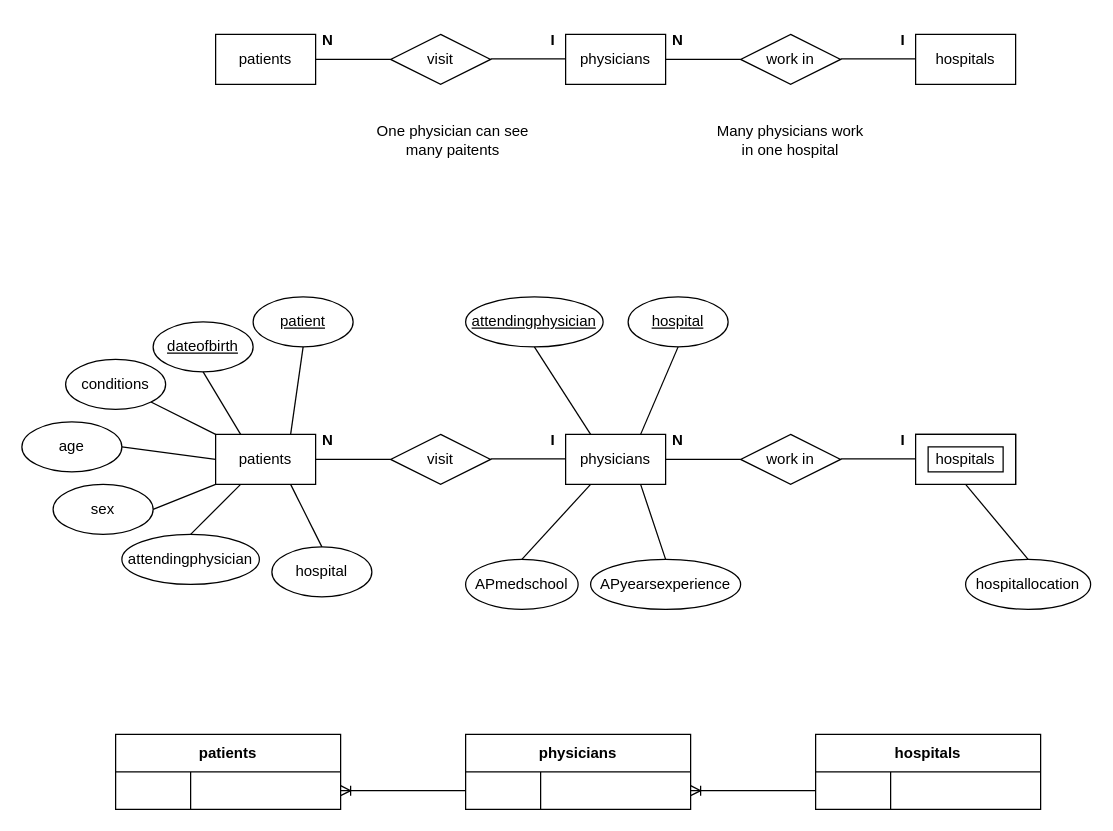
This is healthcare_ERDiagram.drawio from jacquiunciano/pywork-MSDS, a draw.io file, before an edit. Source tidied: cells renumbered, new cells numbered last; positions are measured from the earlier drawing's top-left corner, leaving out a move shared by most shapes. Both pictures are drawn from the tidied source at 125%, with x=0, y=0 at pixel (21, 21).
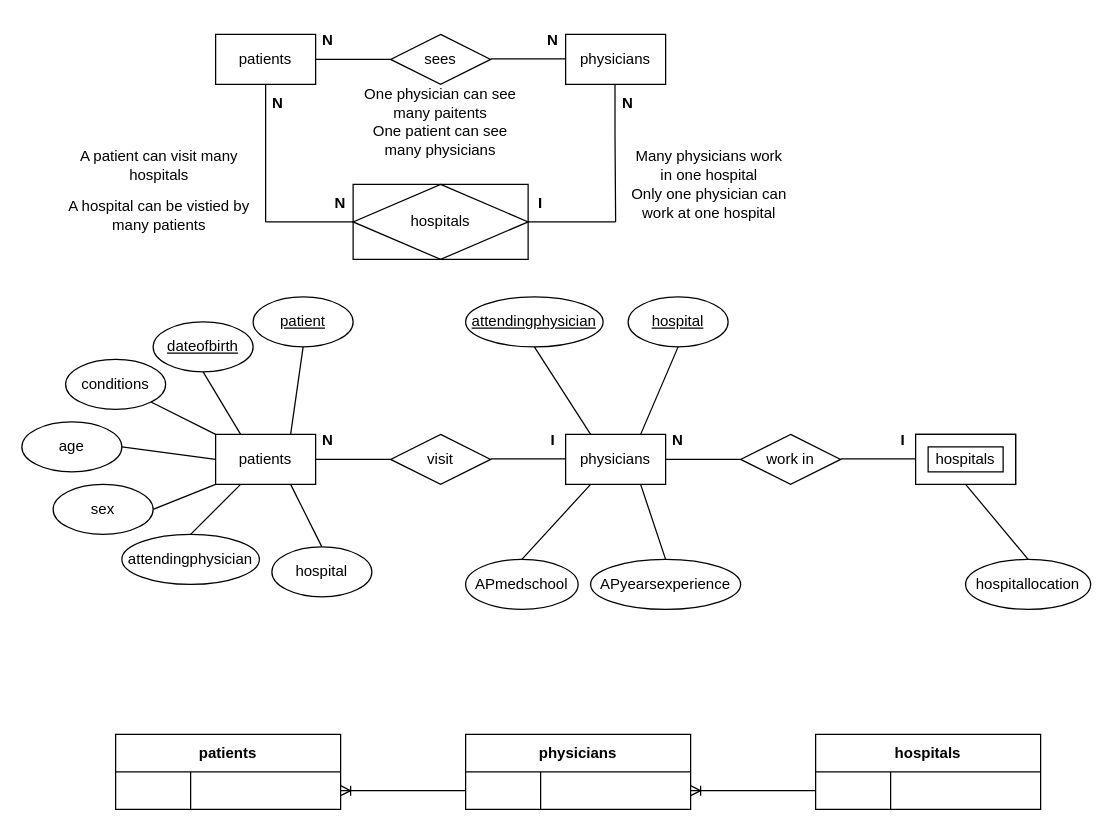
The same diagram, later.

Unchanged cells that the change refers to:
```xml
<mxCell id="15" value="physicians" style="rounded=0;whiteSpace=wrap;html=1;" parent="1" vertex="1">
  <mxGeometry x="435" y="10" width="80" height="40" as="geometry" />
</mxCell>
<mxCell id="17" value="patients" style="rounded=0;whiteSpace=wrap;html=1;" parent="1" vertex="1">
  <mxGeometry x="155" y="10" width="80" height="40" as="geometry" />
</mxCell>
```

Change to the diagram source:
```diff
@@
-    <mxCell id="16" value="hospitals" style="rounded=0;whiteSpace=wrap;html=1;" parent="1" vertex="1">
-      <mxGeometry x="715" y="10" width="80" height="40" as="geometry" />
-    </mxCell>
@@
-    <mxCell id="18" value="work in" style="rhombus;whiteSpace=wrap;html=1;" parent="1" vertex="1">
-      <mxGeometry x="575" y="10" width="80" height="40" as="geometry" />
-    </mxCell>
-    <mxCell id="19" style="endArrow=none;html=1;rounded=0;entryX=1;entryY=0.5;entryDx=0;entryDy=0;exitX=0;exitY=0.5;exitDx=0;exitDy=0;" parent="1" edge="1" source="18" target="15">
-      <mxGeometry relative="1" as="geometry" />
-    </mxCell>
-    <mxCell id="20" style="endArrow=none;html=1;rounded=0;entryX=1;entryY=0.5;entryDx=0;entryDy=0;exitX=0;exitY=0.5;exitDx=0;exitDy=0;" parent="1" edge="1">
-      <mxGeometry relative="1" as="geometry">
-        <mxPoint x="715" y="29.5" as="sourcePoint" />
-        <mxPoint x="655" y="29.5" as="targetPoint" />
-      </mxGeometry>
-    </mxCell>
-    <mxCell id="21" value="visit" style="rhombus;whiteSpace=wrap;html=1;" parent="1" vertex="1">
+    <mxCell id="21" value="sees" style="rhombus;whiteSpace=wrap;html=1;" parent="1" vertex="1">
       <mxGeometry x="295" y="10" width="80" height="40" as="geometry" />
     </mxCell>
@@
-    <mxCell id="24" value="&lt;b&gt;I&lt;/b&gt;" style="text;html=1;strokeColor=none;fillColor=none;align=center;verticalAlign=middle;whiteSpace=wrap;rounded=0;" parent="1" vertex="1">
+    <mxCell id="24" value="&lt;b&gt;N&lt;/b&gt;" style="text;html=1;strokeColor=none;fillColor=none;align=center;verticalAlign=middle;whiteSpace=wrap;rounded=0;" parent="1" vertex="1">
       <mxGeometry x="415" width="20" height="30" as="geometry" />
     </mxCell>
@@
-    <mxCell id="26" value="Many physicians work in one hospital" style="text;html=1;strokeColor=none;fillColor=none;align=center;verticalAlign=middle;whiteSpace=wrap;rounded=0;" parent="1" vertex="1">
-      <mxGeometry x="550" y="80" width="130" height="30" as="geometry" />
+    <mxCell id="26" value="Only one physician can work at one hospital" style="text;html=1;strokeColor=none;fillColor=none;align=center;verticalAlign=middle;whiteSpace=wrap;rounded=0;" parent="1" vertex="1">
+      <mxGeometry x="485" y="130" width="130" height="30" as="geometry" />
     </mxCell>
     <mxCell id="27" value="&lt;b&gt;N&lt;/b&gt;" style="text;html=1;strokeColor=none;fillColor=none;align=center;verticalAlign=middle;whiteSpace=wrap;rounded=0;" parent="1" vertex="1">
-      <mxGeometry x="515" width="20" height="30" as="geometry" />
+      <mxGeometry x="475" y="50" width="20" height="30" as="geometry" />
     </mxCell>
     <mxCell id="28" value="&lt;b&gt;I&lt;/b&gt;" style="text;html=1;strokeColor=none;fillColor=none;align=center;verticalAlign=middle;whiteSpace=wrap;rounded=0;" parent="1" vertex="1">
-      <mxGeometry x="695" width="20" height="30" as="geometry" />
+      <mxGeometry x="405" y="130" width="20" height="30" as="geometry" />
     </mxCell>
     <mxCell id="29" value="One physician can see many paitents" style="text;html=1;strokeColor=none;fillColor=none;align=center;verticalAlign=middle;whiteSpace=wrap;rounded=0;" parent="1" vertex="1">
-      <mxGeometry x="280" y="80" width="130" height="30" as="geometry" />
+      <mxGeometry x="270" y="50" width="130" height="30" as="geometry" />
     </mxCell>
@@
+    <mxCell id="70" value="One patient can see many physicians" style="text;html=1;strokeColor=none;fillColor=none;align=center;verticalAlign=middle;whiteSpace=wrap;rounded=0;" parent="1" vertex="1">
+      <mxGeometry x="270" y="80" width="130" height="30" as="geometry" />
+    </mxCell>
+    <mxCell id="71" value="Many physicians work in one hospital" style="text;html=1;strokeColor=none;fillColor=none;align=center;verticalAlign=middle;whiteSpace=wrap;rounded=0;" parent="1" vertex="1">
+      <mxGeometry x="485" y="100" width="130" height="30" as="geometry" />
+    </mxCell>
+    <mxCell id="72" style="endArrow=none;html=1;rounded=0;exitX=0.5;exitY=1;exitDx=0;exitDy=0;" parent="1" edge="1" source="17">
+      <mxGeometry relative="1" as="geometry">
+        <mxPoint x="195" y="160" as="targetPoint" />
+      </mxGeometry>
+    </mxCell>
+    <mxCell id="73" style="endArrow=none;html=1;rounded=0;exitX=0.5;exitY=1;exitDx=0;exitDy=0;" parent="1" edge="1">
+      <mxGeometry relative="1" as="geometry">
+        <mxPoint x="474.5" y="50" as="sourcePoint" />
+        <mxPoint x="475" y="160" as="targetPoint" />
+        <Array as="points">
+          <mxPoint x="474.5" y="90" />
+        </Array>
+      </mxGeometry>
+    </mxCell>
+    <mxCell id="74" style="endArrow=none;html=1;rounded=0;" parent="1" edge="1" target="16">
+      <mxGeometry relative="1" as="geometry">
+        <mxPoint x="195" y="160" as="sourcePoint" />
+      </mxGeometry>
+    </mxCell>
+    <mxCell id="75" style="endArrow=none;html=1;rounded=0;exitX=1;exitY=0.5;exitDx=0;exitDy=0;" parent="1" edge="1" source="16">
+      <mxGeometry relative="1" as="geometry">
+        <mxPoint x="475" y="160" as="targetPoint" />
+      </mxGeometry>
+    </mxCell>
+    <mxCell id="76" value="&lt;b&gt;N&lt;/b&gt;" style="text;html=1;strokeColor=none;fillColor=none;align=center;verticalAlign=middle;whiteSpace=wrap;rounded=0;" parent="1" vertex="1">
+      <mxGeometry x="195" y="50" width="20" height="30" as="geometry" />
+    </mxCell>
+    <mxCell id="77" value="&lt;b&gt;N&lt;/b&gt;" style="text;html=1;strokeColor=none;fillColor=none;align=center;verticalAlign=middle;whiteSpace=wrap;rounded=0;" parent="1" vertex="1">
+      <mxGeometry x="245" y="130" width="20" height="30" as="geometry" />
+    </mxCell>
+    <mxCell id="78" value="A patient can visit many hospitals" style="text;html=1;strokeColor=none;fillColor=none;align=center;verticalAlign=middle;whiteSpace=wrap;rounded=0;" parent="1" vertex="1">
+      <mxGeometry x="30" y="100" width="160" height="30" as="geometry" />
+    </mxCell>
+    <mxCell id="79" value="A hospital can be vistied by many patients" style="text;html=1;strokeColor=none;fillColor=none;align=center;verticalAlign=middle;whiteSpace=wrap;rounded=0;" parent="1" vertex="1">
+      <mxGeometry x="30" y="140" width="160" height="30" as="geometry" />
+    </mxCell>
+    <mxCell id="16" value="hospitals" style="shape=associativeEntity;whiteSpace=wrap;html=1;align=center;" parent="1" vertex="1">
+      <mxGeometry x="265" y="130" width="140" height="60" as="geometry" />
+    </mxCell>
```
